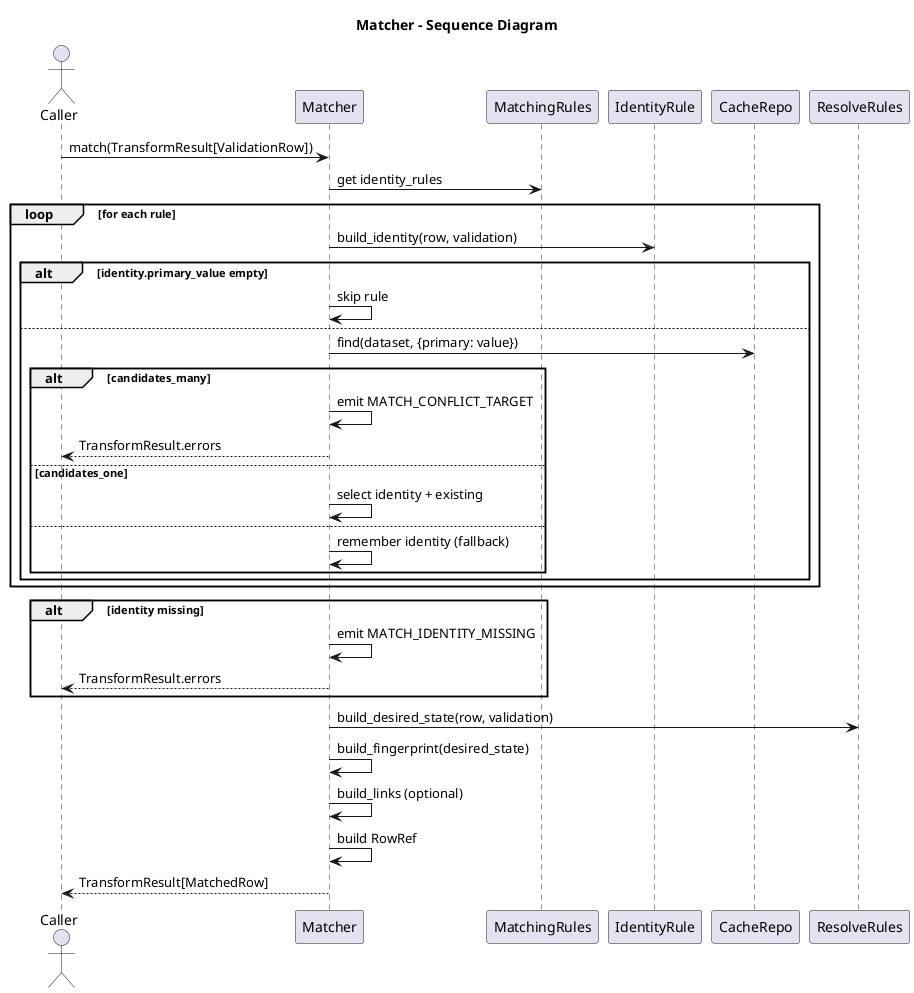
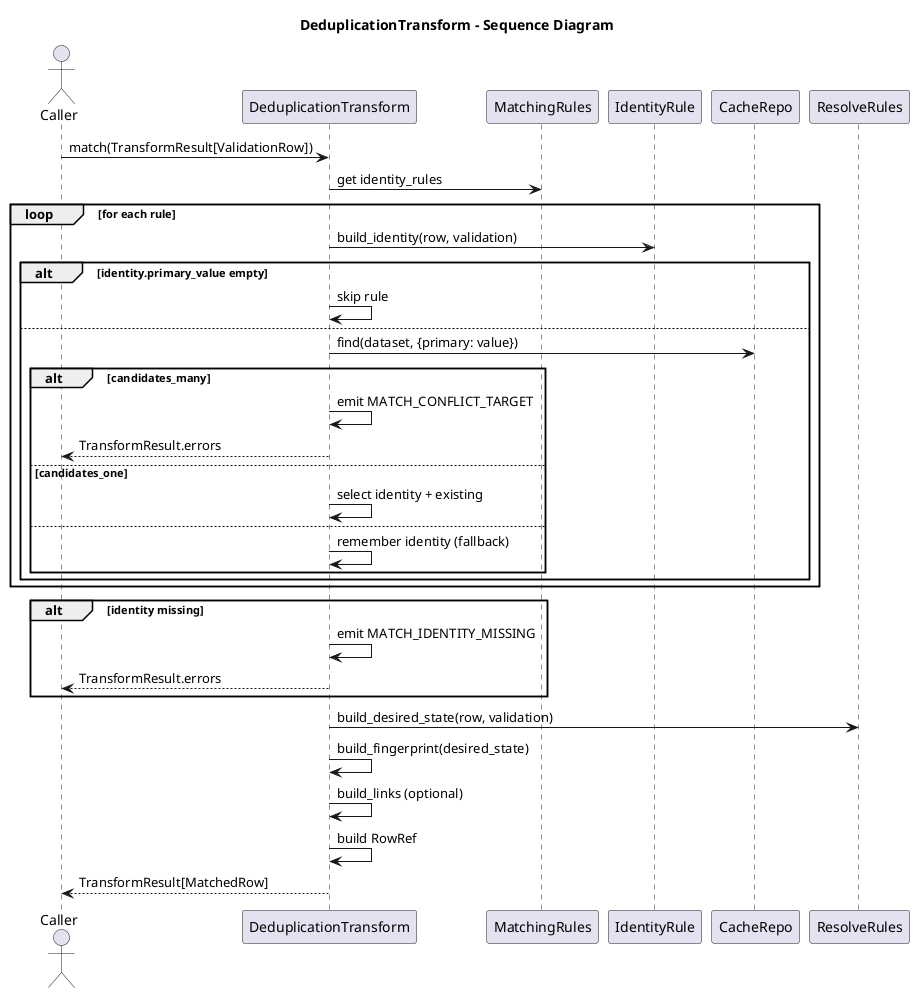
@startuml
- title Matcher - Sequence Diagram
+ title DeduplicationTransform - Sequence Diagram

actor Caller
- participant Matcher
+ participant DeduplicationTransform
participant MatchingRules
participant "IdentityRule" as Rule
participant CacheRepo
participant ResolveRules

- Caller -> Matcher: match(TransformResult[ValidationRow])
- Matcher -> MatchingRules: get identity_rules
+ Caller -> DeduplicationTransform: match(TransformResult[ValidationRow])
+ DeduplicationTransform -> MatchingRules: get identity_rules
loop for each rule
-   Matcher -> Rule: build_identity(row, validation)
+   DeduplicationTransform -> Rule: build_identity(row, validation)
  alt identity.primary_value empty
-     Matcher -> Matcher: skip rule
+     DeduplicationTransform -> DeduplicationTransform: skip rule
  else
-     Matcher -> CacheRepo: find(dataset, {primary: value})
+     DeduplicationTransform -> CacheRepo: find(dataset, {primary: value})
    alt candidates_many
-       Matcher -> Matcher: emit MATCH_CONFLICT_TARGET
-       Matcher --> Caller: TransformResult.errors
+       DeduplicationTransform -> DeduplicationTransform: emit MATCH_CONFLICT_TARGET
+       DeduplicationTransform --> Caller: TransformResult.errors
    else candidates_one
-       Matcher -> Matcher: select identity + existing
+       DeduplicationTransform -> DeduplicationTransform: select identity + existing
    else
-       Matcher -> Matcher: remember identity (fallback)
+       DeduplicationTransform -> DeduplicationTransform: remember identity (fallback)
    end
  end
end
alt identity missing
-   Matcher -> Matcher: emit MATCH_IDENTITY_MISSING
-   Matcher --> Caller: TransformResult.errors
+   DeduplicationTransform -> DeduplicationTransform: emit MATCH_IDENTITY_MISSING
+   DeduplicationTransform --> Caller: TransformResult.errors
end
- Matcher -> ResolveRules: build_desired_state(row, validation)
- Matcher -> Matcher: build_fingerprint(desired_state)
- Matcher -> Matcher: build_links (optional)
- Matcher -> Matcher: build RowRef
- Matcher --> Caller: TransformResult[MatchedRow]
+ DeduplicationTransform -> ResolveRules: build_desired_state(row, validation)
+ DeduplicationTransform -> DeduplicationTransform: build_fingerprint(desired_state)
+ DeduplicationTransform -> DeduplicationTransform: build_links (optional)
+ DeduplicationTransform -> DeduplicationTransform: build RowRef
+ DeduplicationTransform --> Caller: TransformResult[MatchedRow]

@enduml
